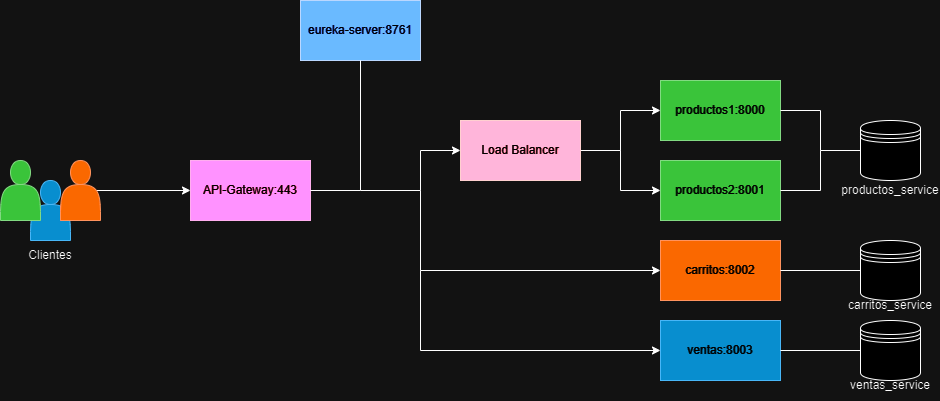
gabi3724/Registro-de-ventas-con-microservicios keeps this draw.io diagram as grafico.png. Above is the earlier version. Source tidied: cells renumbered, new cells last; positions are measured from the earlier drawing's top-left corner, leaving out a move shared by most shapes. The source it was exported from:
```xml
<mxGraphModel>
  <root>
    <mxCell id="0" />
    <mxCell id="1" parent="0" />
    <mxCell id="2" value="API-Gateway:443" style="rounded=0;whiteSpace=wrap;html=1;fillColor=#d80073;fontColor=#ffffff;strokeColor=#A50040;" parent="1" vertex="1">
      <mxGeometry x="190" y="160" width="120" height="60" as="geometry" />
    </mxCell>
    <mxCell id="3" value="eureka-server:8761" style="rounded=0;whiteSpace=wrap;html=1;fillColor=#0050ef;fontColor=#ffffff;strokeColor=#001DBC;" parent="1" vertex="1">
      <mxGeometry x="300" width="120" height="60" as="geometry" />
    </mxCell>
    <mxCell id="4" style="shape=actor;whiteSpace=wrap;html=1;fillColor=#1ba1e2;fontColor=#ffffff;strokeColor=#006EAF;" parent="1" vertex="1">
      <mxGeometry x="30" y="180" width="40" height="60" as="geometry" />
    </mxCell>
    <mxCell id="5" style="shape=actor;whiteSpace=wrap;html=1;fillColor=#008a00;fontColor=#ffffff;strokeColor=#005700;" parent="1" vertex="1">
      <mxGeometry y="160" width="40" height="60" as="geometry" />
    </mxCell>
    <mxCell id="6" style="edgeStyle=orthogonalEdgeStyle;rounded=0;jettySize=auto;html=1;exitX=0.9;exitY=0.5;exitDx=0;exitDy=0;exitPerimeter=0;entryX=0;entryY=0.5;entryDx=0;entryDy=0;" parent="1" edge="1" source="7" target="2">
      <mxGeometry relative="1" as="geometry" />
    </mxCell>
    <mxCell id="7" style="shape=actor;whiteSpace=wrap;html=1;fillColor=#fa6800;fontColor=#000000;strokeColor=#C73500;" parent="1" vertex="1">
      <mxGeometry x="60" y="160" width="40" height="60" as="geometry" />
    </mxCell>
    <mxCell id="8" value="productos1:8000" style="rounded=0;whiteSpace=wrap;html=1;fillColor=#008a00;fontColor=#ffffff;strokeColor=#005700;" parent="1" vertex="1">
      <mxGeometry x="660" y="80" width="120" height="60" as="geometry" />
    </mxCell>
    <mxCell id="9" value="productos2:8001" style="rounded=0;whiteSpace=wrap;html=1;fillColor=#008a00;fontColor=#ffffff;strokeColor=#005700;" parent="1" vertex="1">
      <mxGeometry x="660" y="160" width="120" height="60" as="geometry" />
    </mxCell>
    <mxCell id="10" value="carritos:8002" style="rounded=0;whiteSpace=wrap;html=1;fillColor=#fa6800;strokeColor=#C73500;fontColor=#FFFFFF;" parent="1" vertex="1">
      <mxGeometry x="660" y="240" width="120" height="60" as="geometry" />
    </mxCell>
    <mxCell id="11" value="ventas:8003" style="rounded=0;whiteSpace=wrap;html=1;fillColor=#1ba1e2;strokeColor=#006EAF;fontColor=#ffffff;" parent="1" vertex="1">
      <mxGeometry x="660" y="320" width="120" height="60" as="geometry" />
    </mxCell>
    <mxCell id="12" style="shape=datastore;whiteSpace=wrap;html=1;" parent="1" vertex="1">
      <mxGeometry x="860" y="120" width="60" height="60" as="geometry" />
    </mxCell>
    <mxCell id="13" style="shape=datastore;whiteSpace=wrap;html=1;" parent="1" vertex="1">
      <mxGeometry x="860" y="240" width="60" height="60" as="geometry" />
    </mxCell>
    <mxCell id="14" style="shape=datastore;whiteSpace=wrap;html=1;" parent="1" vertex="1">
      <mxGeometry x="860" y="320" width="60" height="60" as="geometry" />
    </mxCell>
    <mxCell id="15" style="edgeStyle=orthogonalEdgeStyle;rounded=0;jettySize=auto;html=1;exitX=1;exitY=0.5;exitDx=0;exitDy=0;entryX=0;entryY=0.5;entryDx=0;entryDy=0;" parent="1" edge="1" source="17" target="8">
      <mxGeometry relative="1" as="geometry" />
    </mxCell>
    <mxCell id="16" style="edgeStyle=orthogonalEdgeStyle;rounded=0;jettySize=auto;html=1;exitX=1;exitY=0.5;exitDx=0;exitDy=0;entryX=0;entryY=0.5;entryDx=0;entryDy=0;" parent="1" edge="1" source="17" target="9">
      <mxGeometry relative="1" as="geometry" />
    </mxCell>
    <mxCell id="17" value="Load Balancer" style="rounded=0;whiteSpace=wrap;html=1;fillColor=#a20025;fontColor=#ffffff;strokeColor=#6F0000;" parent="1" vertex="1">
      <mxGeometry x="460" y="120" width="120" height="60" as="geometry" />
    </mxCell>
    <mxCell id="18" style="endArrow=none;html=1;rounded=0;exitX=1;exitY=0.5;exitDx=0;exitDy=0;entryX=0.5;entryY=1;entryDx=0;entryDy=0;" parent="1" edge="1" source="2" target="3">
      <mxGeometry relative="1" as="geometry">
        <Array as="points">
          <mxPoint x="360" y="190" />
        </Array>
      </mxGeometry>
    </mxCell>
    <mxCell id="19" style="endArrow=classic;html=1;rounded=0;entryX=0;entryY=0.5;entryDx=0;entryDy=0;" parent="1" edge="1" target="17">
      <mxGeometry relative="1" as="geometry">
        <mxPoint x="360" y="190" as="sourcePoint" />
        <Array as="points">
          <mxPoint x="420" y="190" />
          <mxPoint x="420" y="150" />
        </Array>
      </mxGeometry>
    </mxCell>
    <mxCell id="20" style="endArrow=classic;html=1;rounded=0;entryX=0;entryY=0.5;entryDx=0;entryDy=0;" parent="1" edge="1" target="10">
      <mxGeometry relative="1" as="geometry">
        <mxPoint x="420" y="190" as="sourcePoint" />
        <Array as="points">
          <mxPoint x="420" y="270" />
        </Array>
      </mxGeometry>
    </mxCell>
    <mxCell id="21" style="endArrow=classic;html=1;rounded=0;entryX=0;entryY=0.5;entryDx=0;entryDy=0;" parent="1" edge="1" target="11">
      <mxGeometry relative="1" as="geometry">
        <mxPoint x="420" y="270" as="sourcePoint" />
        <Array as="points">
          <mxPoint x="420" y="350" />
        </Array>
      </mxGeometry>
    </mxCell>
    <mxCell id="22" style="endArrow=none;html=1;rounded=0;entryX=0;entryY=0.5;entryDx=0;entryDy=0;exitX=1;exitY=0.5;exitDx=0;exitDy=0;" parent="1" edge="1" source="9" target="12">
      <mxGeometry relative="1" as="geometry">
        <Array as="points">
          <mxPoint x="820" y="190" />
          <mxPoint x="820" y="150" />
        </Array>
      </mxGeometry>
    </mxCell>
    <mxCell id="23" style="endArrow=none;html=1;rounded=0;exitX=1;exitY=0.5;exitDx=0;exitDy=0;" parent="1" edge="1" source="8">
      <mxGeometry relative="1" as="geometry">
        <mxPoint x="820" y="150" as="targetPoint" />
        <Array as="points">
          <mxPoint x="820" y="110" />
        </Array>
      </mxGeometry>
    </mxCell>
    <mxCell id="24" style="endArrow=none;html=1;rounded=0;exitX=1;exitY=0.5;exitDx=0;exitDy=0;entryX=0;entryY=0.5;entryDx=0;entryDy=0;" parent="1" edge="1" source="10" target="13">
      <mxGeometry relative="1" as="geometry" />
    </mxCell>
    <mxCell id="25" style="endArrow=none;html=1;rounded=0;entryX=0;entryY=0.5;entryDx=0;entryDy=0;exitX=1;exitY=0.5;exitDx=0;exitDy=0;" parent="1" edge="1" source="11" target="14">
      <mxGeometry relative="1" as="geometry" />
    </mxCell>
    <mxCell id="26" value="Clientes" style="text;html=1;align=center;verticalAlign=middle;whiteSpace=wrap;rounded=0;" parent="1" vertex="1">
      <mxGeometry x="20" y="240" width="60" height="30" as="geometry" />
    </mxCell>
    <mxCell id="27" value="productos_&lt;span style=&quot;background-color: initial;&quot;&gt;service&lt;/span&gt;" style="text;html=1;align=center;verticalAlign=middle;whiteSpace=wrap;rounded=0;" parent="1" vertex="1">
      <mxGeometry x="860" y="175" width="60" height="30" as="geometry" />
    </mxCell>
    <mxCell id="28" value="carritos_&lt;span style=&quot;background-color: initial;&quot;&gt;service&lt;/span&gt;" style="text;html=1;align=center;verticalAlign=middle;whiteSpace=wrap;rounded=0;" parent="1" vertex="1">
      <mxGeometry x="860" y="290" width="60" height="30" as="geometry" />
    </mxCell>
    <mxCell id="29" value="ventas_&lt;span style=&quot;background-color: initial;&quot;&gt;service&lt;/span&gt;" style="text;html=1;align=center;verticalAlign=middle;whiteSpace=wrap;rounded=0;" parent="1" vertex="1">
      <mxGeometry x="870" y="370" width="40" height="30" as="geometry" />
    </mxCell>
  </root>
</mxGraphModel>
```
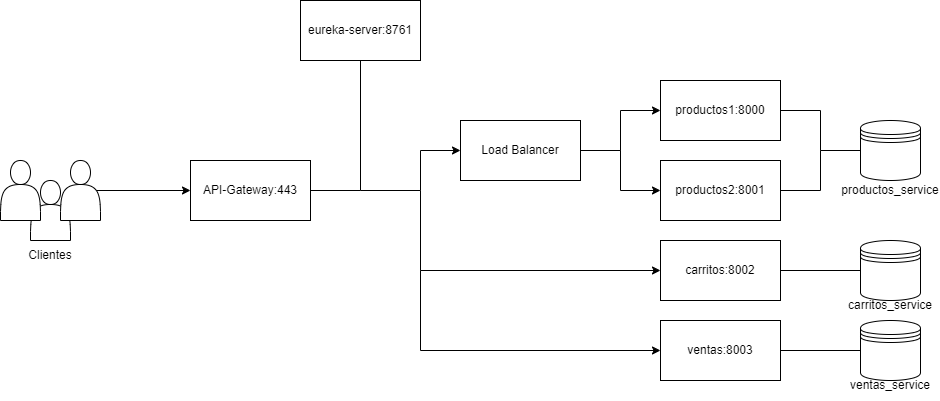
After the commit.

What changed in the source:
```diff
@@ -2,34 +2,34 @@
   <root>
     <mxCell id="0" />
     <mxCell id="1" parent="0" />
-    <mxCell id="2" value="API-Gateway:443" style="rounded=0;whiteSpace=wrap;html=1;fillColor=#d80073;fontColor=#ffffff;strokeColor=#A50040;" parent="1" vertex="1">
+    <mxCell id="2" value="API-Gateway:443" style="rounded=0;whiteSpace=wrap;html=1;" parent="1" vertex="1">
       <mxGeometry x="190" y="160" width="120" height="60" as="geometry" />
     </mxCell>
-    <mxCell id="3" value="eureka-server:8761" style="rounded=0;whiteSpace=wrap;html=1;fillColor=#0050ef;fontColor=#ffffff;strokeColor=#001DBC;" parent="1" vertex="1">
+    <mxCell id="3" value="eureka-server:8761" style="rounded=0;whiteSpace=wrap;html=1;" parent="1" vertex="1">
       <mxGeometry x="300" width="120" height="60" as="geometry" />
     </mxCell>
-    <mxCell id="4" style="shape=actor;whiteSpace=wrap;html=1;fillColor=#1ba1e2;fontColor=#ffffff;strokeColor=#006EAF;" parent="1" vertex="1">
+    <mxCell id="4" style="shape=actor;whiteSpace=wrap;html=1;" parent="1" vertex="1">
       <mxGeometry x="30" y="180" width="40" height="60" as="geometry" />
     </mxCell>
-    <mxCell id="5" style="shape=actor;whiteSpace=wrap;html=1;fillColor=#008a00;fontColor=#ffffff;strokeColor=#005700;" parent="1" vertex="1">
+    <mxCell id="5" style="shape=actor;whiteSpace=wrap;html=1;" parent="1" vertex="1">
       <mxGeometry y="160" width="40" height="60" as="geometry" />
     </mxCell>
     <mxCell id="6" style="edgeStyle=orthogonalEdgeStyle;rounded=0;jettySize=auto;html=1;exitX=0.9;exitY=0.5;exitDx=0;exitDy=0;exitPerimeter=0;entryX=0;entryY=0.5;entryDx=0;entryDy=0;" parent="1" edge="1" source="7" target="2">
       <mxGeometry relative="1" as="geometry" />
     </mxCell>
-    <mxCell id="7" style="shape=actor;whiteSpace=wrap;html=1;fillColor=#fa6800;fontColor=#000000;strokeColor=#C73500;" parent="1" vertex="1">
+    <mxCell id="7" style="shape=actor;whiteSpace=wrap;html=1;" parent="1" vertex="1">
       <mxGeometry x="60" y="160" width="40" height="60" as="geometry" />
     </mxCell>
-    <mxCell id="8" value="productos1:8000" style="rounded=0;whiteSpace=wrap;html=1;fillColor=#008a00;fontColor=#ffffff;strokeColor=#005700;" parent="1" vertex="1">
+    <mxCell id="8" value="productos1:8000" style="rounded=0;whiteSpace=wrap;html=1;" parent="1" vertex="1">
       <mxGeometry x="660" y="80" width="120" height="60" as="geometry" />
     </mxCell>
-    <mxCell id="9" value="productos2:8001" style="rounded=0;whiteSpace=wrap;html=1;fillColor=#008a00;fontColor=#ffffff;strokeColor=#005700;" parent="1" vertex="1">
+    <mxCell id="9" value="productos2:8001" style="rounded=0;whiteSpace=wrap;html=1;" parent="1" vertex="1">
       <mxGeometry x="660" y="160" width="120" height="60" as="geometry" />
     </mxCell>
-    <mxCell id="10" value="carritos:8002" style="rounded=0;whiteSpace=wrap;html=1;fillColor=#fa6800;strokeColor=#C73500;fontColor=#FFFFFF;" parent="1" vertex="1">
+    <mxCell id="10" value="carritos:8002" style="rounded=0;whiteSpace=wrap;html=1;" parent="1" vertex="1">
       <mxGeometry x="660" y="240" width="120" height="60" as="geometry" />
     </mxCell>
-    <mxCell id="11" value="ventas:8003" style="rounded=0;whiteSpace=wrap;html=1;fillColor=#1ba1e2;strokeColor=#006EAF;fontColor=#ffffff;" parent="1" vertex="1">
+    <mxCell id="11" value="ventas:8003" style="rounded=0;whiteSpace=wrap;html=1;" parent="1" vertex="1">
       <mxGeometry x="660" y="320" width="120" height="60" as="geometry" />
     </mxCell>
     <mxCell id="12" style="shape=datastore;whiteSpace=wrap;html=1;" parent="1" vertex="1">
@@ -47,7 +47,7 @@
     <mxCell id="16" style="edgeStyle=orthogonalEdgeStyle;rounded=0;jettySize=auto;html=1;exitX=1;exitY=0.5;exitDx=0;exitDy=0;entryX=0;entryY=0.5;entryDx=0;entryDy=0;" parent="1" edge="1" source="17" target="9">
       <mxGeometry relative="1" as="geometry" />
     </mxCell>
-    <mxCell id="17" value="Load Balancer" style="rounded=0;whiteSpace=wrap;html=1;fillColor=#a20025;fontColor=#ffffff;strokeColor=#6F0000;" parent="1" vertex="1">
+    <mxCell id="17" value="Load Balancer" style="rounded=0;whiteSpace=wrap;html=1;" parent="1" vertex="1">
       <mxGeometry x="460" y="120" width="120" height="60" as="geometry" />
     </mxCell>
     <mxCell id="18" style="endArrow=none;html=1;rounded=0;exitX=1;exitY=0.5;exitDx=0;exitDy=0;entryX=0.5;entryY=1;entryDx=0;entryDy=0;" parent="1" edge="1" source="2" target="3">
```
